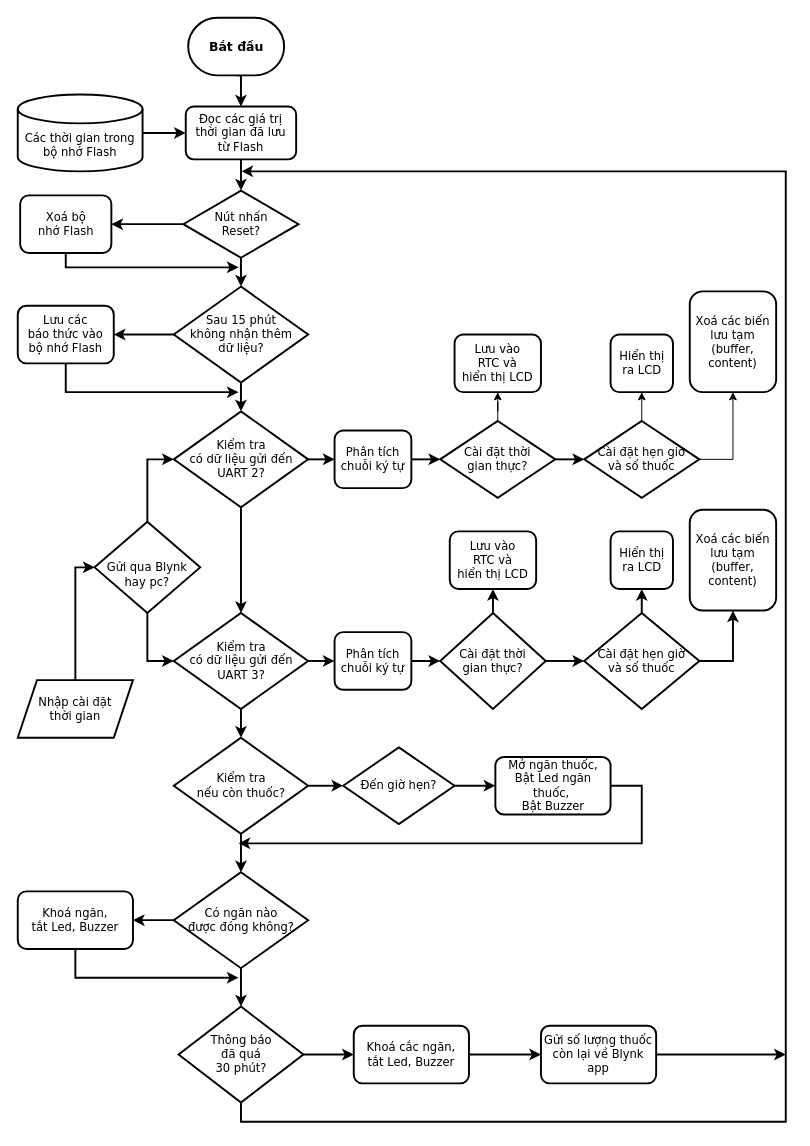
This is SoftWare_Diagram.drawio from ducphan2003/demo, a draw.io file, before an edit. Source tidied: cells renumbered, new cells numbered last; positions are measured from the earlier drawing's top-left corner, leaving out a move shared by most shapes. Both pictures are drawn from the tidied source at 96%, with x=0, y=0 at pixel (17, 17).
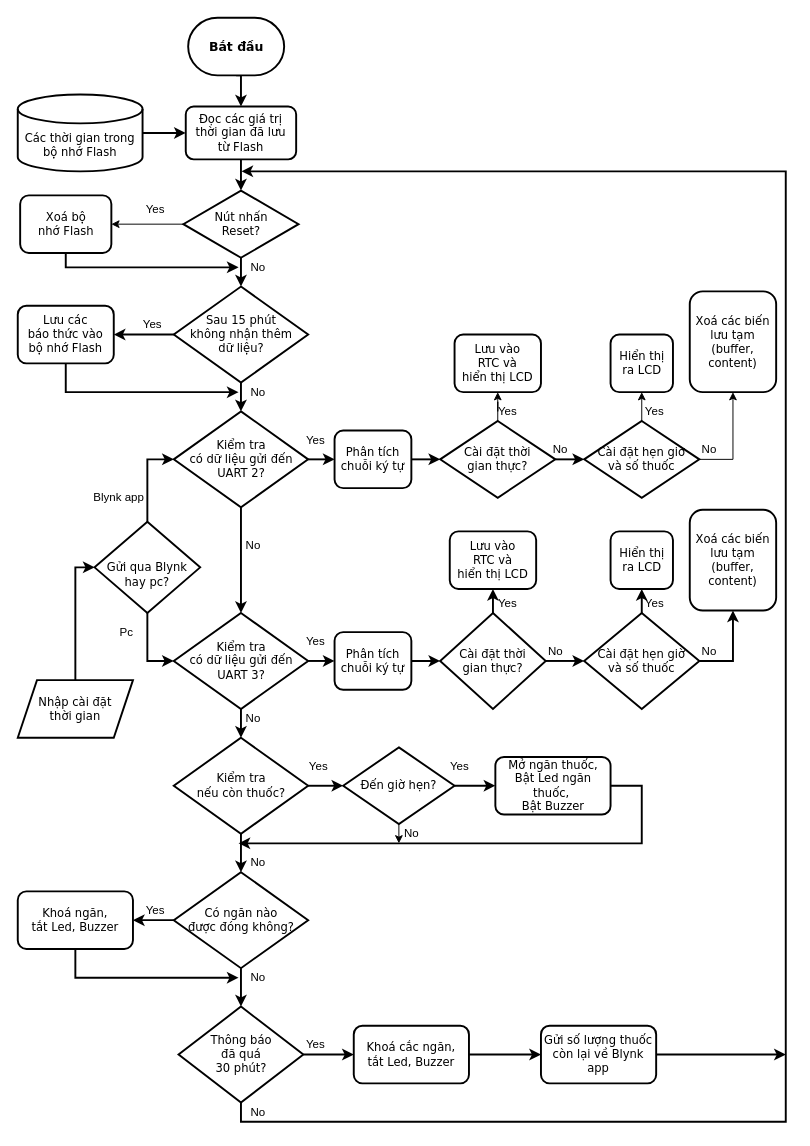
Above is the later version.

Unchanged cells that the change refers to:
```xml
<mxCell id="9" value="Xoá bộ &lt;br&gt;nhớ Flash" style="rounded=1;whiteSpace=wrap;html=1;strokeWidth=2;fontFamily=Verdana;fontStyle=0;" parent="1" vertex="1">
  <mxGeometry x="2.5" y="185" width="95" height="60" as="geometry" />
</mxCell>
<mxCell id="12" value="Nút nhấn &lt;br&gt;Reset?" style="rhombus;whiteSpace=wrap;html=1;strokeWidth=2;fontFamily=Verdana;fontStyle=0;" parent="1" vertex="1">
  <mxGeometry x="172.5" y="180" width="120" height="70" as="geometry" />
</mxCell>
<mxCell id="15" value="Sau 15 phút &lt;br&gt;không nhận thêm &lt;br&gt;dữ liệu?" style="rhombus;whiteSpace=wrap;html=1;strokeWidth=2;fontFamily=Verdana;fontStyle=0;" parent="1" vertex="1">
  <mxGeometry x="162.5" y="280" width="140" height="100" as="geometry" />
</mxCell>
<mxCell id="53" value="Đến giờ hẹn?" style="rhombus;whiteSpace=wrap;html=1;strokeWidth=2;fontFamily=Verdana;fontStyle=0;" parent="1" vertex="1">
  <mxGeometry x="339" y="760" width="116" height="80" as="geometry" />
</mxCell>
```

The edit, as a diff of the source:
```diff
@@
+    <mxCell id="11" style="edgeStyle=orthogonalEdgeStyle;rounded=0;jumpSize=6;jettySize=auto;html=1;exitX=0.5;exitY=1;exitDx=0;exitDy=0;entryX=0.5;entryY=0;entryDx=0;entryDy=0;fontFamily=Verdana;strokeWidth=2;" parent="1" edge="1" source="12" target="15">
+      <mxGeometry relative="1" as="geometry" />
+    </mxCell>
-    <mxCell id="10" style="edgeStyle=orthogonalEdgeStyle;rounded=0;jettySize=auto;html=1;exitX=0;exitY=0.5;exitDx=0;exitDy=0;strokeWidth=2;fontFamily=Verdana;fontStyle=0;" parent="1" edge="1" source="12" target="9">
+    <mxCell id="10" style="edgeStyle=orthogonalEdgeStyle;rounded=0;jettySize=auto;html=1;exitX=0;exitY=0.5;exitDx=0;exitDy=0;entryX=1;entryY=0.5;entryDx=0;entryDy=0;" parent="1" edge="1" source="12" target="9">
       <mxGeometry relative="1" as="geometry" />
     </mxCell>
-    <mxCell id="11" style="edgeStyle=orthogonalEdgeStyle;rounded=0;jumpSize=6;jettySize=auto;html=1;exitX=0.5;exitY=1;exitDx=0;exitDy=0;entryX=0.5;entryY=0;entryDx=0;entryDy=0;fontFamily=Verdana;strokeWidth=2;" parent="1" edge="1" source="12" target="15">
-      <mxGeometry relative="1" as="geometry" />
-    </mxCell>
@@
+    <mxCell id="70" style="edgeStyle=orthogonalEdgeStyle;rounded=0;jettySize=auto;html=1;exitX=0.5;exitY=1;exitDx=0;exitDy=0;" parent="1" edge="1" source="53">
+      <mxGeometry relative="1" as="geometry">
+        <mxPoint x="397" y="860" as="targetPoint" />
+      </mxGeometry>
+    </mxCell>
@@
+    <mxCell id="71" value="No" style="text;html=1;align=center;verticalAlign=middle;strokeColor=none;" parent="1" vertex="1">
+      <mxGeometry x="235" y="250" width="30" height="20" as="geometry" />
+    </mxCell>
+    <mxCell id="72" value="Yes" style="text;html=1;align=center;verticalAlign=middle;strokeColor=none;" parent="1" vertex="1">
+      <mxGeometry x="122.5" y="190" width="40" height="20" as="geometry" />
+    </mxCell>
+    <mxCell id="73" value="Yes" style="text;html=1;align=center;verticalAlign=middle;strokeColor=none;" parent="1" vertex="1">
+      <mxGeometry x="120" y="310" width="40" height="20" as="geometry" />
+    </mxCell>
+    <mxCell id="74" value="No" style="text;html=1;align=center;verticalAlign=middle;strokeColor=none;" parent="1" vertex="1">
+      <mxGeometry x="235" y="380" width="30" height="20" as="geometry" />
+    </mxCell>
+    <mxCell id="75" value="Blynk app" style="text;html=1;align=center;verticalAlign=middle;strokeColor=none;" parent="1" vertex="1">
+      <mxGeometry x="70" y="490" width="70" height="20" as="geometry" />
+    </mxCell>
+    <mxCell id="76" value="Pc" style="text;html=1;align=center;verticalAlign=middle;strokeColor=none;" parent="1" vertex="1">
+      <mxGeometry x="97.5" y="630" width="30" height="20" as="geometry" />
+    </mxCell>
+    <mxCell id="77" value="Yes" style="text;html=1;align=center;verticalAlign=middle;strokeColor=none;" parent="1" vertex="1">
+      <mxGeometry x="290" y="430" width="40" height="20" as="geometry" />
+    </mxCell>
+    <mxCell id="78" value="No" style="text;html=1;align=center;verticalAlign=middle;strokeColor=none;" parent="1" vertex="1">
+      <mxGeometry x="230" y="540" width="30" height="20" as="geometry" />
+    </mxCell>
+    <mxCell id="79" value="Yes" style="text;html=1;align=center;verticalAlign=middle;strokeColor=none;" parent="1" vertex="1">
+      <mxGeometry x="290" y="640" width="40" height="20" as="geometry" />
+    </mxCell>
+    <mxCell id="80" value="No" style="text;html=1;align=center;verticalAlign=middle;strokeColor=none;" parent="1" vertex="1">
+      <mxGeometry x="230" y="720" width="30" height="20" as="geometry" />
+    </mxCell>
+    <mxCell id="81" value="Yes" style="text;html=1;align=center;verticalAlign=middle;strokeColor=none;" parent="1" vertex="1">
+      <mxGeometry x="292.5" y="770" width="40" height="20" as="geometry" />
+    </mxCell>
+    <mxCell id="82" value="No" style="text;html=1;align=center;verticalAlign=middle;strokeColor=none;" parent="1" vertex="1">
+      <mxGeometry x="235" y="870" width="30" height="20" as="geometry" />
+    </mxCell>
+    <mxCell id="83" value="Yes" style="text;html=1;align=center;verticalAlign=middle;strokeColor=none;" parent="1" vertex="1">
+      <mxGeometry x="440" y="770" width="40" height="20" as="geometry" />
+    </mxCell>
+    <mxCell id="84" value="No" style="text;html=1;align=center;verticalAlign=middle;strokeColor=none;" parent="1" vertex="1">
+      <mxGeometry x="395" y="840" width="30" height="20" as="geometry" />
+    </mxCell>
+    <mxCell id="85" value="Yes" style="text;html=1;align=center;verticalAlign=middle;strokeColor=none;" parent="1" vertex="1">
+      <mxGeometry x="122.5" y="920" width="40" height="20" as="geometry" />
+    </mxCell>
+    <mxCell id="86" value="No" style="text;html=1;align=center;verticalAlign=middle;strokeColor=none;" parent="1" vertex="1">
+      <mxGeometry x="235" y="990" width="30" height="20" as="geometry" />
+    </mxCell>
+    <mxCell id="87" value="Yes" style="text;html=1;align=center;verticalAlign=middle;strokeColor=none;" parent="1" vertex="1">
+      <mxGeometry x="290" y="1060" width="40" height="20" as="geometry" />
+    </mxCell>
+    <mxCell id="88" value="No" style="text;html=1;align=center;verticalAlign=middle;strokeColor=none;" parent="1" vertex="1">
+      <mxGeometry x="235" y="1130" width="30" height="20" as="geometry" />
+    </mxCell>
+    <mxCell id="89" value="Yes" style="text;html=1;align=center;verticalAlign=middle;strokeColor=none;" parent="1" vertex="1">
+      <mxGeometry x="490" y="400" width="40" height="20" as="geometry" />
+    </mxCell>
+    <mxCell id="90" value="No" style="text;html=1;align=center;verticalAlign=middle;strokeColor=none;" parent="1" vertex="1">
+      <mxGeometry x="550" y="440" width="30" height="20" as="geometry" />
+    </mxCell>
+    <mxCell id="91" value="Yes" style="text;html=1;align=center;verticalAlign=middle;strokeColor=none;" parent="1" vertex="1">
+      <mxGeometry x="642.5" y="400" width="40" height="20" as="geometry" />
+    </mxCell>
+    <mxCell id="92" value="No" style="text;html=1;align=center;verticalAlign=middle;strokeColor=none;" parent="1" vertex="1">
+      <mxGeometry x="705" y="440" width="30" height="20" as="geometry" />
+    </mxCell>
+    <mxCell id="93" value="Yes" style="text;html=1;align=center;verticalAlign=middle;strokeColor=none;" parent="1" vertex="1">
+      <mxGeometry x="490" y="600" width="40" height="20" as="geometry" />
+    </mxCell>
+    <mxCell id="94" value="No" style="text;html=1;align=center;verticalAlign=middle;strokeColor=none;" parent="1" vertex="1">
+      <mxGeometry x="545" y="650" width="30" height="20" as="geometry" />
+    </mxCell>
+    <mxCell id="95" value="Yes" style="text;html=1;align=center;verticalAlign=middle;strokeColor=none;" parent="1" vertex="1">
+      <mxGeometry x="642.5" y="600" width="40" height="20" as="geometry" />
+    </mxCell>
+    <mxCell id="96" value="No" style="text;html=1;align=center;verticalAlign=middle;strokeColor=none;" parent="1" vertex="1">
+      <mxGeometry x="705" y="650" width="30" height="20" as="geometry" />
+    </mxCell>
```
